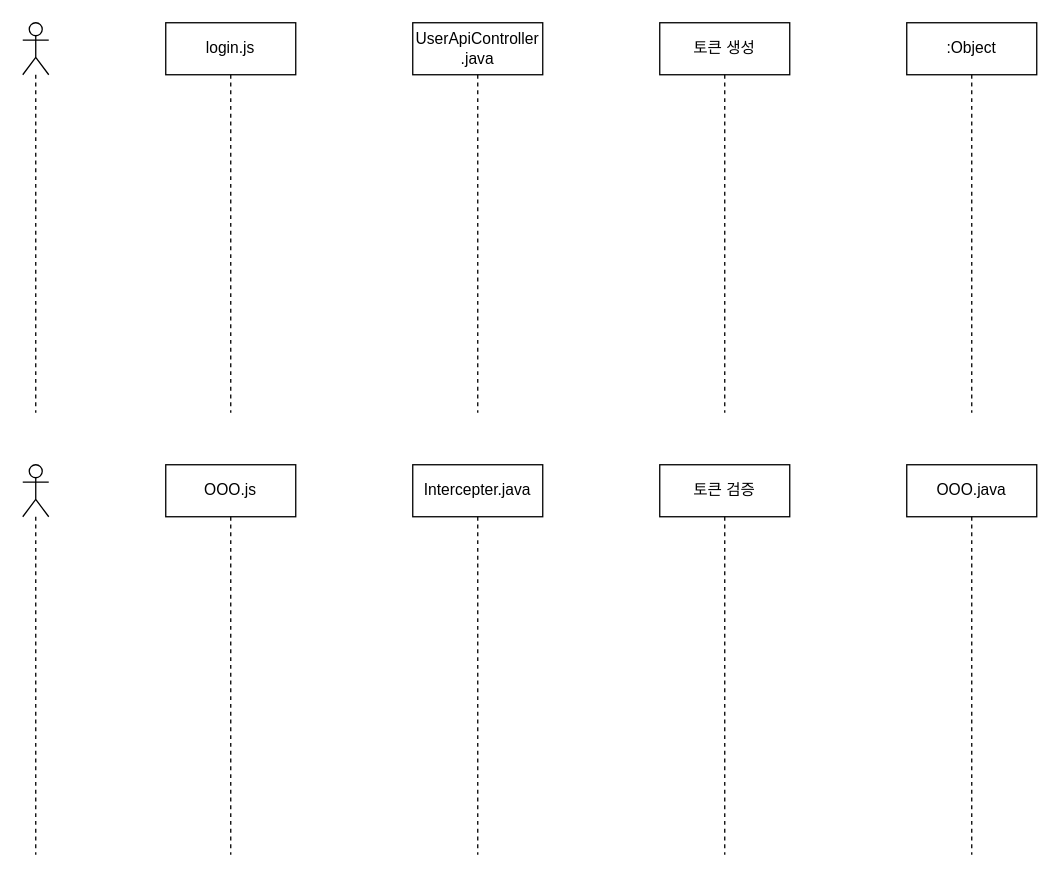
xxxx-jeung/diddenUml keeps this draw.io diagram as Untitled Diagram.drawio. Above is the earlier version. Source tidied: cells renumbered, new cells numbered last; positions are measured from the earlier drawing's top-left corner, leaving out a move shared by most shapes. Both pictures are drawn from the tidied source at 130%, with x=0, y=0 at pixel (22, 22).
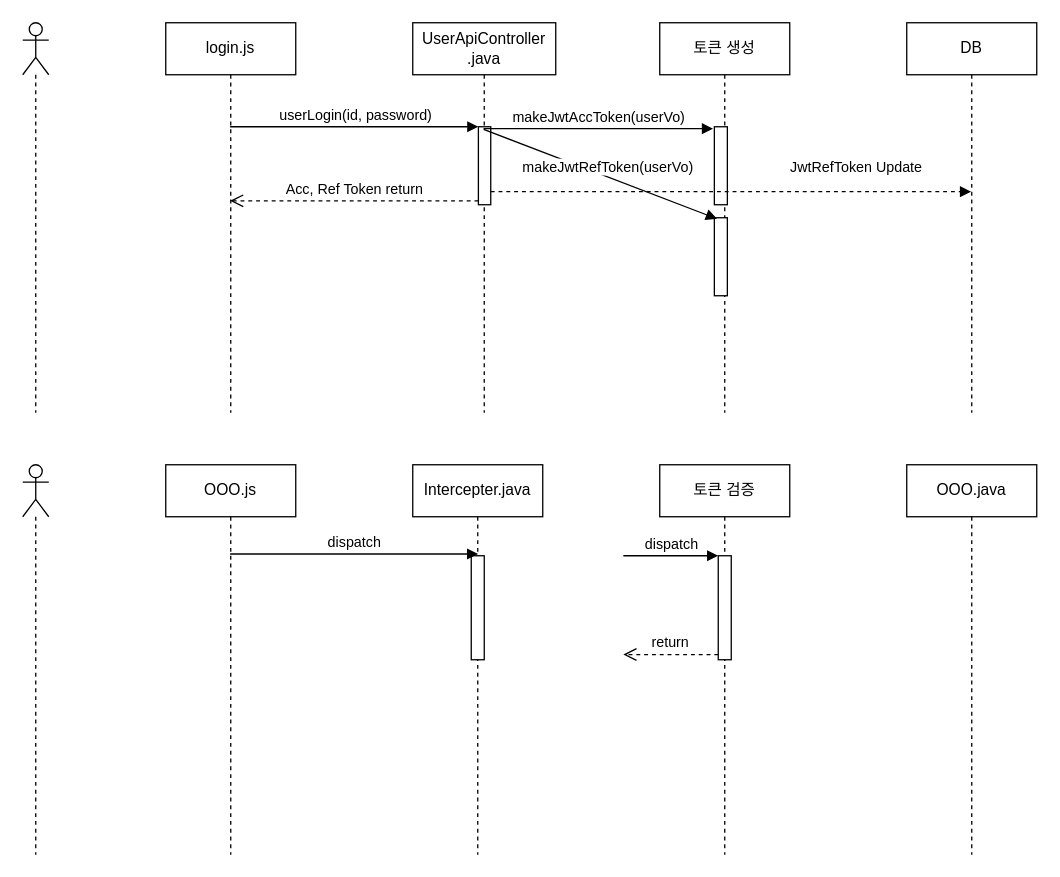
After the change.

Unchanged cells that the change refers to:
```xml
<mxCell id="3" value="login.js" style="shape=umlLifeline;perimeter=lifelinePerimeter;whiteSpace=wrap;html=1;outlineConnect=0;" parent="1" vertex="1">
  <mxGeometry x="110" width="100" height="300" as="geometry" />
</mxCell>
<mxCell id="5" value="토큰 생성" style="shape=umlLifeline;perimeter=lifelinePerimeter;whiteSpace=wrap;html=1;" parent="1" vertex="1">
  <mxGeometry x="490" width="100" height="300" as="geometry" />
</mxCell>
<mxCell id="8" value="OOO.js" style="shape=umlLifeline;perimeter=lifelinePerimeter;whiteSpace=wrap;html=1;outlineConnect=0;" parent="1" vertex="1">
  <mxGeometry x="110" y="340" width="100" height="300" as="geometry" />
</mxCell>
<mxCell id="9" value="Intercepter.java" style="shape=umlLifeline;perimeter=lifelinePerimeter;whiteSpace=wrap;html=1;" parent="1" vertex="1">
  <mxGeometry x="300" y="340" width="100" height="300" as="geometry" />
</mxCell>
<mxCell id="10" value="토큰 검증" style="shape=umlLifeline;perimeter=lifelinePerimeter;whiteSpace=wrap;html=1;" parent="1" vertex="1">
  <mxGeometry x="490" y="340" width="100" height="300" as="geometry" />
</mxCell>
```

What changed in the source:
```diff
@@
     <mxCell id="4" value="UserApiController&lt;br&gt;.java" style="shape=umlLifeline;perimeter=lifelinePerimeter;whiteSpace=wrap;html=1;outlineConnect=0;" parent="1" vertex="1">
-      <mxGeometry x="300" width="100" height="300" as="geometry" />
+      <mxGeometry x="300" width="110" height="300" as="geometry" />
     </mxCell>
+    <mxCell id="12" style="html=1;points=[];perimeter=orthogonalPerimeter;" parent="4" vertex="1">
+      <mxGeometry x="50.5" y="80" width="9.5" height="60" as="geometry" />
+    </mxCell>
@@
+    <mxCell id="13" style="html=1;points=[];perimeter=orthogonalPerimeter;" parent="5" vertex="1">
+      <mxGeometry x="42" y="80" width="10" height="60" as="geometry" />
+    </mxCell>
+    <mxCell id="14" style="html=1;points=[];perimeter=orthogonalPerimeter;" parent="5" vertex="1">
+      <mxGeometry x="42" y="150" width="10" height="60" as="geometry" />
+    </mxCell>
-    <mxCell id="6" value=":Object" style="shape=umlLifeline;perimeter=lifelinePerimeter;whiteSpace=wrap;html=1;outlineConnect=0;" parent="1" vertex="1">
+    <mxCell id="6" value="DB" style="shape=umlLifeline;perimeter=lifelinePerimeter;whiteSpace=wrap;html=1;outlineConnect=0;" parent="1" vertex="1">
       <mxGeometry x="680" width="100" height="300" as="geometry" />
     </mxCell>
@@
+    <mxCell id="15" style="html=1;points=[];perimeter=orthogonalPerimeter;" parent="9" vertex="1">
+      <mxGeometry x="45" y="70" width="10" height="80" as="geometry" />
+    </mxCell>
@@
+    <mxCell id="16" style="html=1;points=[];perimeter=orthogonalPerimeter;" parent="10" vertex="1">
+      <mxGeometry x="45" y="70" width="10" height="80" as="geometry" />
+    </mxCell>
+    <mxCell id="17" value="dispatch" style="html=1;verticalAlign=bottom;endArrow=block;entryX=0;entryY=0;rounded=0;" parent="10" edge="1" target="16">
+      <mxGeometry relative="1" as="geometry">
+        <mxPoint x="-28" y="70" as="sourcePoint" />
+      </mxGeometry>
+    </mxCell>
+    <mxCell id="18" value="return" style="html=1;verticalAlign=bottom;endArrow=open;dashed=1;endSize=8;exitX=0;exitY=0.95;rounded=0;" parent="10" edge="1" source="16">
+      <mxGeometry relative="1" as="geometry">
+        <mxPoint x="-28" y="146" as="targetPoint" />
+      </mxGeometry>
+    </mxCell>
@@
+    <mxCell id="19" value="userLogin(id, password)" style="html=1;verticalAlign=bottom;endArrow=block;entryX=0;entryY=0;rounded=0;" parent="1" edge="1" source="3" target="12">
+      <mxGeometry relative="1" as="geometry" />
+    </mxCell>
+    <mxCell id="20" value="Acc, Ref Token return" style="html=1;verticalAlign=bottom;endArrow=open;dashed=1;endSize=8;exitX=0;exitY=0.95;rounded=0;" parent="1" edge="1" source="12" target="3">
+      <mxGeometry relative="1" as="geometry" />
+    </mxCell>
+    <mxCell id="21" value="makeJwtAccToken(userVo)" style="html=1;verticalAlign=bottom;startArrow=none;endArrow=block;startSize=8;rounded=0;entryX=-0.1;entryY=0.025;entryDx=0;entryDy=0;entryPerimeter=0;startFill=0;" parent="1" edge="1" source="4" target="13">
+      <mxGeometry relative="1" as="geometry" />
+    </mxCell>
+    <mxCell id="22" value="makeJwtRefToken(userVo)" style="html=1;verticalAlign=bottom;startArrow=none;endArrow=block;startSize=8;rounded=0;entryX=0.2;entryY=0.013;entryDx=0;entryDy=0;entryPerimeter=0;startFill=0;" parent="1" edge="1" source="4" target="14">
+      <mxGeometry x="0.07" y="-1" relative="1" as="geometry">
+        <Array as="points">
+          <mxPoint x="355" y="82" />
+        </Array>
+      </mxGeometry>
+    </mxCell>
+    <mxCell id="23" value="JwtRefToken Update" style="html=1;verticalAlign=bottom;endArrow=block;rounded=0;exitX=1;exitY=0.833;exitDx=0;exitDy=0;exitPerimeter=0;dashed=1;" parent="1" edge="1" source="12" target="6">
+      <mxGeometry x="0.52" y="10" relative="1" as="geometry" />
+    </mxCell>
+    <mxCell id="24" value="dispatch" style="html=1;verticalAlign=bottom;endArrow=block;rounded=0;entryX=0.533;entryY=-0.017;entryDx=0;entryDy=0;entryPerimeter=0;" parent="1" edge="1" source="8" target="15">
+      <mxGeometry relative="1" as="geometry" />
+    </mxCell>
```
